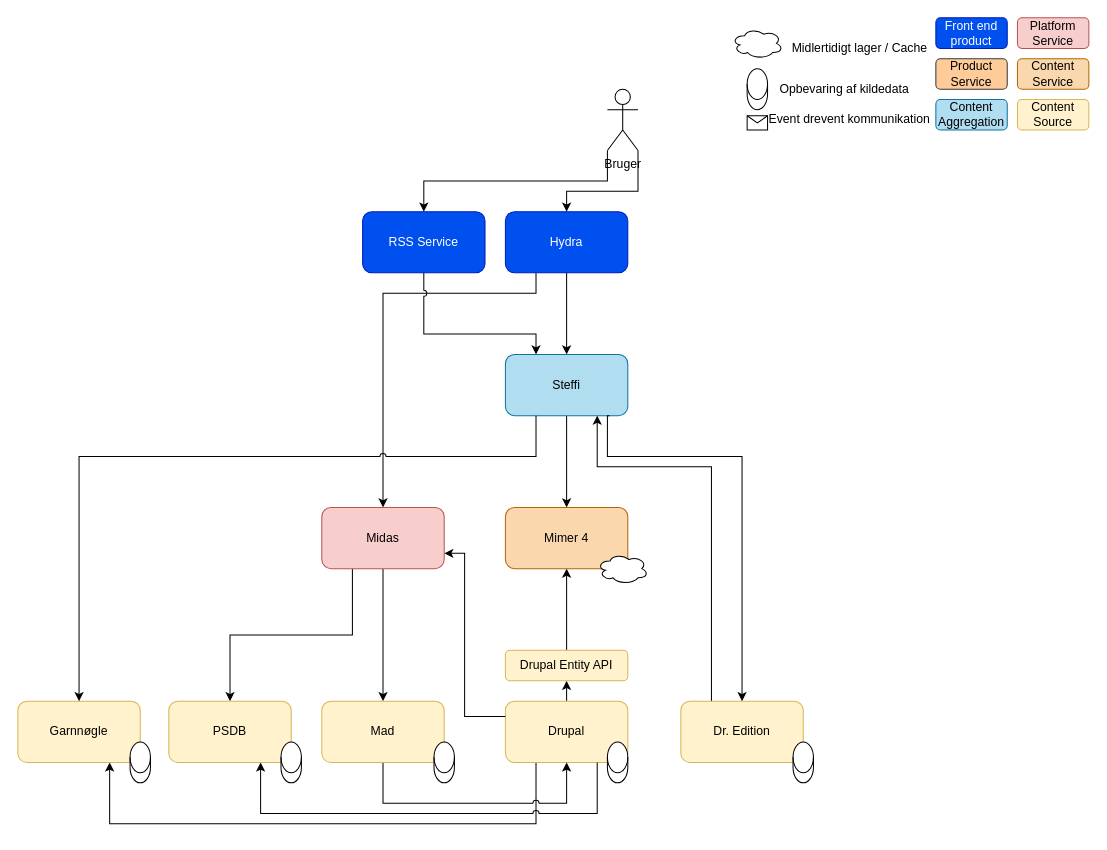
Before: page "Page-2" (2 of 2) of draw-io/Mimer4-CAS.drawio in drdkjtop/arkitektur, a draw.io diagram. Source tidied: cells renumbered, new cells numbered last; positions are measured from the earlier drawing's top-left corner, leaving out a move shared by most shapes. Both pictures are drawn from the tidied source at 102%, with x=0, y=0 at pixel (17, 17).
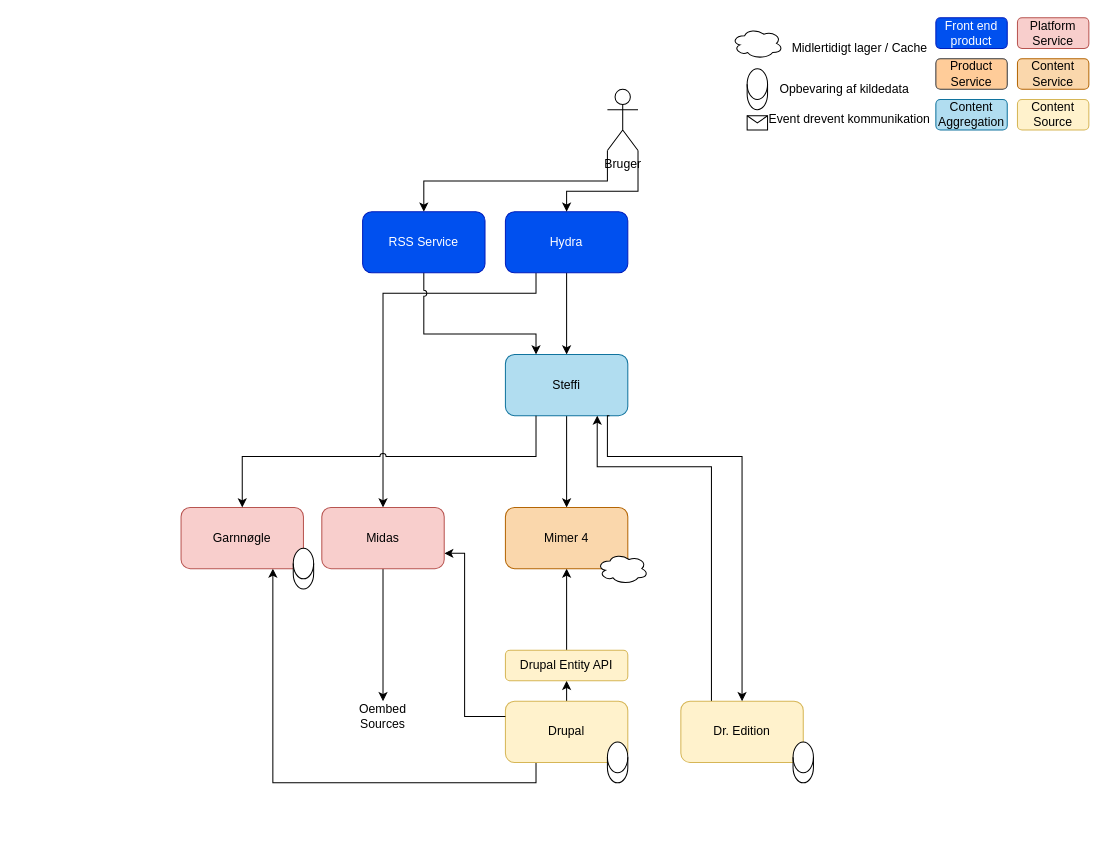
The same page after the edit.

The change refers to these unchanged cells:
```xml
<mxCell id="4" value="Drupal" style="rounded=1;whiteSpace=wrap;html=1;fillColor=#fff2cc;strokeColor=#d6b656;fontColor=default;" parent="1" vertex="1">
  <mxGeometry x="478" y="670" width="120" height="60" as="geometry" />
</mxCell>
<mxCell id="10" value="Steffi" style="rounded=1;whiteSpace=wrap;html=1;fillColor=#b1ddf0;strokeColor=#10739e;fontColor=default;" parent="1" vertex="1">
  <mxGeometry x="478" y="330" width="120" height="60" as="geometry" />
</mxCell>
<mxCell id="20" value="Midas" style="rounded=1;whiteSpace=wrap;html=1;fillColor=#f8cecc;strokeColor=#b85450;fontColor=default;" parent="1" vertex="1">
  <mxGeometry x="298" y="480" width="120" height="60" as="geometry" />
</mxCell>
```

What changed in the source:
```diff
@@
     <mxCell id="3" style="edgeStyle=orthogonalEdgeStyle;rounded=0;jumpStyle=arc;jettySize=auto;html=1;exitX=0.25;exitY=1;exitDx=0;exitDy=0;entryX=0.75;entryY=1;entryDx=0;entryDy=0;strokeColor=#000000;" parent="1" edge="1" source="4" target="24">
       <mxGeometry relative="1" as="geometry">
         <Array as="points">
-          <mxPoint x="508" y="790" />
-          <mxPoint x="90" y="790" />
+          <mxPoint x="508" y="750" />
+          <mxPoint x="250" y="750" />
         </Array>
       </mxGeometry>
     </mxCell>
@@
-    <mxCell id="13" style="edgeStyle=orthogonalEdgeStyle;rounded=0;jettySize=auto;html=1;exitX=0.5;exitY=1;exitDx=0;exitDy=0;entryX=0.5;entryY=0;entryDx=0;entryDy=0;jumpStyle=arc;" parent="1" edge="1" source="20" target="15">
-      <mxGeometry relative="1" as="geometry" />
+    <mxCell id="13" style="edgeStyle=orthogonalEdgeStyle;rounded=0;jettySize=auto;html=1;exitX=0.5;exitY=1;exitDx=0;exitDy=0;entryX=0.5;entryY=0;entryDx=0;entryDy=0;jumpStyle=arc;" parent="1" edge="1" source="20">
+      <mxGeometry relative="1" as="geometry">
+        <mxPoint x="358" y="670" as="targetPoint" />
+      </mxGeometry>
     </mxCell>
-    <mxCell id="14" style="edgeStyle=orthogonalEdgeStyle;rounded=0;jumpStyle=arc;jettySize=auto;html=1;exitX=0.5;exitY=1;exitDx=0;exitDy=0;entryX=0.5;entryY=1;entryDx=0;entryDy=0;" parent="1" edge="1" source="15" target="4">
-      <mxGeometry relative="1" as="geometry">
-        <Array as="points">
-          <mxPoint x="358" y="770" />
-          <mxPoint x="538" y="770" />
-        </Array>
-      </mxGeometry>
-    </mxCell>
-    <mxCell id="15" value="Mad" style="rounded=1;whiteSpace=wrap;html=1;fillColor=#fff2cc;strokeColor=#d6b656;" parent="1" vertex="1">
-      <mxGeometry x="298" y="670" width="120" height="60" as="geometry" />
-    </mxCell>
-    <mxCell id="16" style="edgeStyle=orthogonalEdgeStyle;rounded=0;jettySize=auto;html=1;exitX=0.25;exitY=1;exitDx=0;exitDy=0;entryX=0.5;entryY=0;entryDx=0;entryDy=0;jumpStyle=arc;" parent="1" edge="1" source="20" target="18">
-      <mxGeometry relative="1" as="geometry">
-        <Array as="points">
-          <mxPoint x="328" y="605" />
-          <mxPoint x="208" y="605" />
-        </Array>
-      </mxGeometry>
-    </mxCell>
-    <mxCell id="17" style="edgeStyle=orthogonalEdgeStyle;rounded=0;jettySize=auto;html=1;exitX=0.75;exitY=1;exitDx=0;exitDy=0;entryX=0.75;entryY=1;entryDx=0;entryDy=0;jumpStyle=arc;" parent="1" edge="1" source="4" target="18">
-      <mxGeometry relative="1" as="geometry">
-        <Array as="points">
-          <mxPoint x="568" y="780" />
-          <mxPoint x="238" y="780" />
-        </Array>
-      </mxGeometry>
-    </mxCell>
-    <mxCell id="18" value="PSDB" style="rounded=1;whiteSpace=wrap;html=1;fillColor=#fff2cc;strokeColor=#d6b656;" parent="1" vertex="1">
-      <mxGeometry x="148" y="670" width="120" height="60" as="geometry" />
-    </mxCell>
@@
-    <mxCell id="22" style="shape=cylinder3;whiteSpace=wrap;html=1;boundedLbl=1;backgroundOutline=1;size=15;" parent="1" vertex="1">
-      <mxGeometry x="258" y="710" width="20" height="40" as="geometry" />
-    </mxCell>
-    <mxCell id="23" style="shape=cylinder3;whiteSpace=wrap;html=1;boundedLbl=1;backgroundOutline=1;size=15;" parent="1" vertex="1">
-      <mxGeometry x="408" y="710" width="20" height="40" as="geometry" />
-    </mxCell>
-    <mxCell id="24" value="Garnnøgle" style="rounded=1;whiteSpace=wrap;html=1;fillColor=#fff2cc;strokeColor=#d6b656;" parent="1" vertex="1">
-      <mxGeometry y="670" width="120" height="60" as="geometry" />
+    <mxCell id="24" value="Garnnøgle" style="rounded=1;whiteSpace=wrap;html=1;fillColor=#f8cecc;strokeColor=#b85450;" parent="1" vertex="1">
+      <mxGeometry x="160" y="480" width="120" height="60" as="geometry" />
     </mxCell>
     <mxCell id="25" style="shape=cylinder3;whiteSpace=wrap;html=1;boundedLbl=1;backgroundOutline=1;size=15;" parent="1" vertex="1">
-      <mxGeometry x="110" y="710" width="20" height="40" as="geometry" />
+      <mxGeometry x="270" y="520" width="20" height="40" as="geometry" />
     </mxCell>
@@
     <mxCell id="36" style="edgeStyle=orthogonalEdgeStyle;rounded=0;jettySize=auto;html=1;exitX=0.25;exitY=1;exitDx=0;exitDy=0;entryX=0.5;entryY=0;entryDx=0;entryDy=0;jumpStyle=arc;" parent="1" edge="1" source="10" target="24">
       <mxGeometry relative="1" as="geometry">
         <Array as="points">
           <mxPoint x="508" y="430" />
-          <mxPoint x="60" y="430" />
+          <mxPoint x="220" y="430" />
         </Array>
       </mxGeometry>
     </mxCell>
@@
+    <mxCell id="49" value="Oembed Sources" style="text;html=1;strokeColor=none;fillColor=none;align=center;verticalAlign=middle;whiteSpace=wrap;rounded=0;" parent="1" vertex="1">
+      <mxGeometry x="328" y="670" width="60" height="30" as="geometry" />
+    </mxCell>
```
